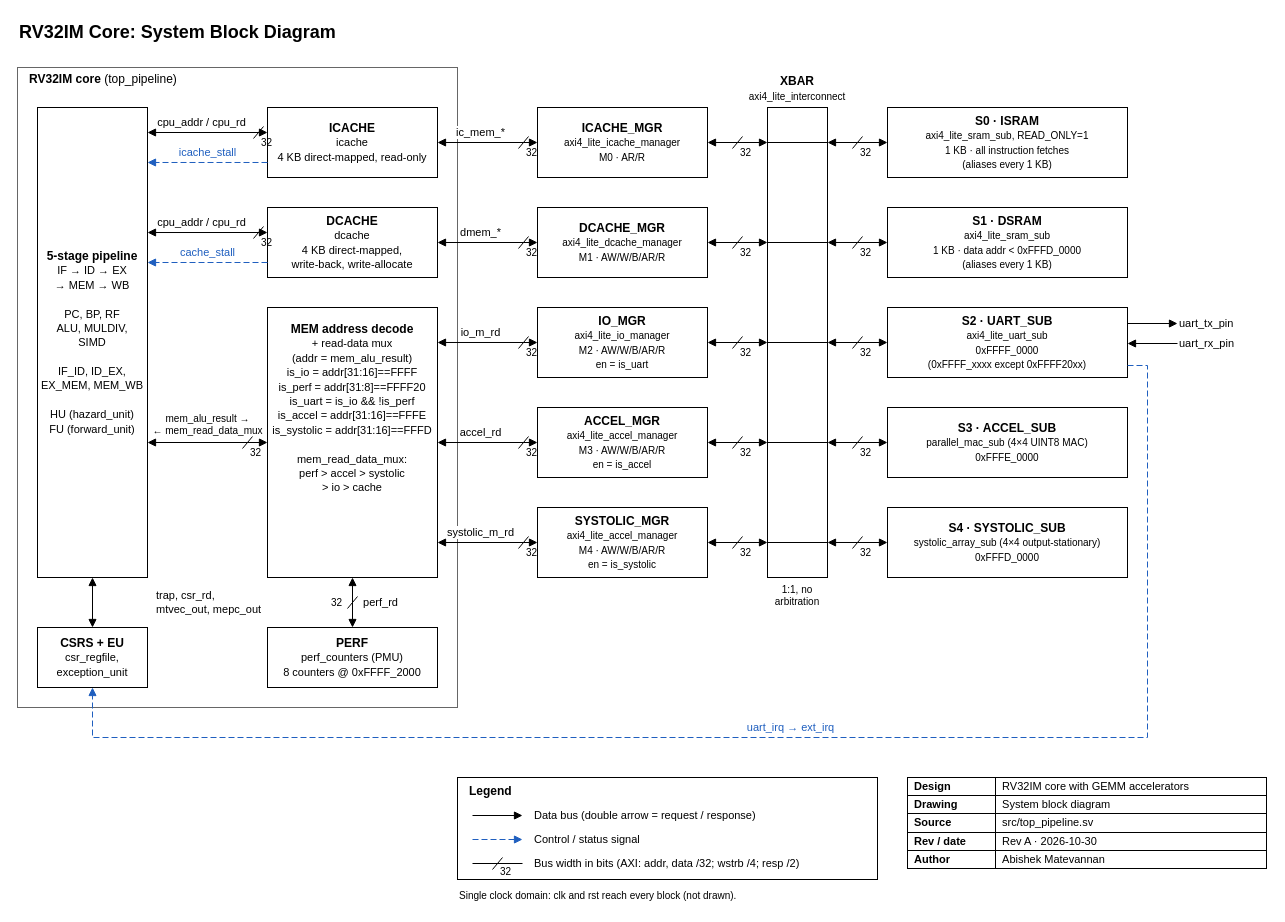
abishekmatevannan-afk/riscv-rv32im-gemm keeps this draw.io diagram as page "System" (1 of 2) of docs/diagrams/cpu.drawio. Above is the earlier version. Source tidied: cells renumbered, new cells numbered last; positions are measured from the earlier drawing's top-left corner, leaving out a move shared by most shapes. Both pictures are drawn from the tidied source at 100%, with x=0, y=0 at pixel (17, 17).
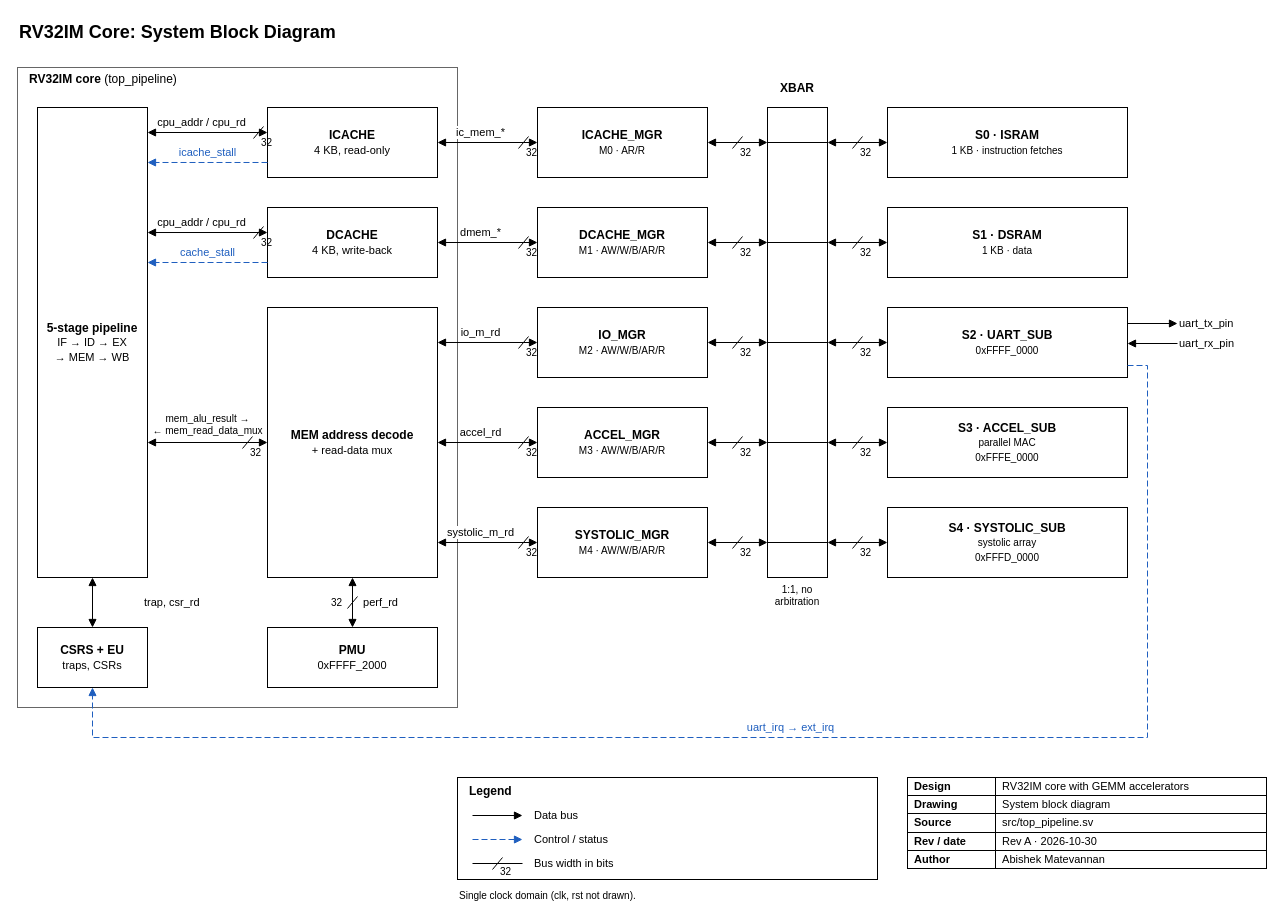
The same diagram, later.

What changed in the source:
```diff
@@
-    <mxCell id="5" value="&lt;b&gt;5-stage pipeline&lt;/b&gt;&lt;br&gt;&lt;font style=&quot;font-size:11px&quot;&gt;IF → ID → EX&lt;/font&gt;&lt;br&gt;&lt;font style=&quot;font-size:11px&quot;&gt;→ MEM → WB&lt;/font&gt;&lt;br&gt;&lt;font style=&quot;font-size:11px&quot;&gt;&lt;/font&gt;&lt;br&gt;&lt;font style=&quot;font-size:11px&quot;&gt;PC, BP, RF&lt;/font&gt;&lt;br&gt;&lt;font style=&quot;font-size:11px&quot;&gt;ALU, MULDIV,&lt;/font&gt;&lt;br&gt;&lt;font style=&quot;font-size:11px&quot;&gt;SIMD&lt;/font&gt;&lt;br&gt;&lt;font style=&quot;font-size:11px&quot;&gt;&lt;/font&gt;&lt;br&gt;&lt;font style=&quot;font-size:11px&quot;&gt;IF_ID, ID_EX,&lt;/font&gt;&lt;br&gt;&lt;font style=&quot;font-size:11px&quot;&gt;EX_MEM, MEM_WB&lt;/font&gt;&lt;br&gt;&lt;font style=&quot;font-size:11px&quot;&gt;&lt;/font&gt;&lt;br&gt;&lt;font style=&quot;font-size:11px&quot;&gt;HU (hazard_unit)&lt;/font&gt;&lt;br&gt;&lt;font style=&quot;font-size:11px&quot;&gt;FU (forward_unit)&lt;/font&gt;" style="rounded=0;whiteSpace=wrap;html=1;fillColor=#FFFFFF;strokeColor=#000000;fontColor=#000000;fontSize=12;fontFamily=Helvetica;" parent="1" vertex="1">
+    <mxCell id="5" value="&lt;b&gt;5-stage pipeline&lt;/b&gt;&lt;br&gt;&lt;font style=&quot;font-size:11px&quot;&gt;IF → ID → EX&lt;/font&gt;&lt;br&gt;&lt;font style=&quot;font-size:11px&quot;&gt;→ MEM → WB&lt;/font&gt;" style="rounded=0;whiteSpace=wrap;html=1;fillColor=#FFFFFF;strokeColor=#000000;fontColor=#000000;fontSize=12;fontFamily=Helvetica;" parent="1" vertex="1">
       <mxGeometry x="20" y="90" width="110" height="470" as="geometry" />
     </mxCell>
-    <mxCell id="6" value="&lt;b&gt;ICACHE&lt;/b&gt;&lt;br&gt;&lt;font style=&quot;font-size:11px&quot;&gt;icache&lt;/font&gt;&lt;br&gt;&lt;font style=&quot;font-size:11px&quot;&gt;4 KB direct-mapped, read-only&lt;/font&gt;" style="rounded=0;whiteSpace=wrap;html=1;fillColor=#FFFFFF;strokeColor=#000000;fontColor=#000000;fontSize=12;fontFamily=Helvetica;" parent="1" vertex="1">
+    <mxCell id="6" value="&lt;b&gt;ICACHE&lt;/b&gt;&lt;br&gt;&lt;font style=&quot;font-size:11px&quot;&gt;4 KB, read-only&lt;/font&gt;" style="rounded=0;whiteSpace=wrap;html=1;fillColor=#FFFFFF;strokeColor=#000000;fontColor=#000000;fontSize=12;fontFamily=Helvetica;" parent="1" vertex="1">
       <mxGeometry x="250" y="90" width="170" height="70" as="geometry" />
     </mxCell>
-    <mxCell id="7" value="&lt;b&gt;DCACHE&lt;/b&gt;&lt;br&gt;&lt;font style=&quot;font-size:11px&quot;&gt;dcache&lt;/font&gt;&lt;br&gt;&lt;font style=&quot;font-size:11px&quot;&gt;4 KB direct-mapped,&lt;/font&gt;&lt;br&gt;&lt;font style=&quot;font-size:11px&quot;&gt;write-back, write-allocate&lt;/font&gt;" style="rounded=0;whiteSpace=wrap;html=1;fillColor=#FFFFFF;strokeColor=#000000;fontColor=#000000;fontSize=12;fontFamily=Helvetica;" parent="1" vertex="1">
+    <mxCell id="7" value="&lt;b&gt;DCACHE&lt;/b&gt;&lt;br&gt;&lt;font style=&quot;font-size:11px&quot;&gt;4 KB, write-back&lt;/font&gt;" style="rounded=0;whiteSpace=wrap;html=1;fillColor=#FFFFFF;strokeColor=#000000;fontColor=#000000;fontSize=12;fontFamily=Helvetica;" parent="1" vertex="1">
       <mxGeometry x="250" y="190" width="170" height="70" as="geometry" />
     </mxCell>
-    <mxCell id="8" value="&lt;b&gt;MEM address decode&lt;/b&gt;&lt;br&gt;&lt;font style=&quot;font-size:11px&quot;&gt;+ read-data mux&lt;/font&gt;&lt;br&gt;&lt;font style=&quot;font-size:11px&quot;&gt;(addr = mem_alu_result)&lt;/font&gt;&lt;br&gt;&lt;font style=&quot;font-size:11px&quot;&gt;is_io = addr[31:16]==FFFF&lt;/font&gt;&lt;br&gt;&lt;font style=&quot;font-size:11px&quot;&gt;is_perf = addr[31:8]==FFFF20&lt;/font&gt;&lt;br&gt;&lt;font style=&quot;font-size:11px&quot;&gt;is_uart = is_io &amp;amp;&amp;amp; !is_perf&lt;/font&gt;&lt;br&gt;&lt;font style=&quot;font-size:11px&quot;&gt;is_accel = addr[31:16]==FFFE&lt;/font&gt;&lt;br&gt;&lt;font style=&quot;font-size:11px&quot;&gt;is_systolic = addr[31:16]==FFFD&lt;/font&gt;&lt;br&gt;&lt;font style=&quot;font-size:11px&quot;&gt;&lt;/font&gt;&lt;br&gt;&lt;font style=&quot;font-size:11px&quot;&gt;mem_read_data_mux:&lt;/font&gt;&lt;br&gt;&lt;font style=&quot;font-size:11px&quot;&gt;perf &amp;gt; accel &amp;gt; systolic&lt;/font&gt;&lt;br&gt;&lt;font style=&quot;font-size:11px&quot;&gt;&amp;gt; io &amp;gt; cache&lt;/font&gt;" style="rounded=0;whiteSpace=wrap;html=1;fillColor=#FFFFFF;strokeColor=#000000;fontColor=#000000;fontSize=12;fontFamily=Helvetica;verticalAlign=top;spacingTop=8;" parent="1" vertex="1">
+    <mxCell id="8" value="&lt;b&gt;MEM address decode&lt;/b&gt;&lt;br&gt;&lt;font style=&quot;font-size:11px&quot;&gt;+ read-data mux&lt;/font&gt;" style="rounded=0;whiteSpace=wrap;html=1;fillColor=#FFFFFF;strokeColor=#000000;fontColor=#000000;fontSize=12;fontFamily=Helvetica;" parent="1" vertex="1">
       <mxGeometry x="250" y="290" width="170" height="270" as="geometry" />
     </mxCell>
-    <mxCell id="9" value="&lt;b&gt;PERF&lt;/b&gt;&lt;br&gt;&lt;font style=&quot;font-size:11px&quot;&gt;perf_counters (PMU)&lt;/font&gt;&lt;br&gt;&lt;font style=&quot;font-size:11px&quot;&gt;8 counters @ 0xFFFF_2000&lt;/font&gt;" style="rounded=0;whiteSpace=wrap;html=1;fillColor=#FFFFFF;strokeColor=#000000;fontColor=#000000;fontSize=12;fontFamily=Helvetica;" parent="1" vertex="1">
+    <mxCell id="9" value="&lt;b&gt;PMU&lt;/b&gt;&lt;br&gt;&lt;font style=&quot;font-size:11px&quot;&gt;0xFFFF_2000&lt;/font&gt;" style="rounded=0;whiteSpace=wrap;html=1;fillColor=#FFFFFF;strokeColor=#000000;fontColor=#000000;fontSize=12;fontFamily=Helvetica;" parent="1" vertex="1">
       <mxGeometry x="250" y="610" width="170" height="60" as="geometry" />
     </mxCell>
-    <mxCell id="10" value="&lt;b&gt;CSRS + EU&lt;/b&gt;&lt;br&gt;&lt;font style=&quot;font-size:11px&quot;&gt;csr_regfile,&lt;/font&gt;&lt;br&gt;&lt;font style=&quot;font-size:11px&quot;&gt;exception_unit&lt;/font&gt;" style="rounded=0;whiteSpace=wrap;html=1;fillColor=#FFFFFF;strokeColor=#000000;fontColor=#000000;fontSize=12;fontFamily=Helvetica;" parent="1" vertex="1">
+    <mxCell id="10" value="&lt;b&gt;CSRS + EU&lt;/b&gt;&lt;br&gt;&lt;font style=&quot;font-size:11px&quot;&gt;traps, CSRs&lt;/font&gt;" style="rounded=0;whiteSpace=wrap;html=1;fillColor=#FFFFFF;strokeColor=#000000;fontColor=#000000;fontSize=12;fontFamily=Helvetica;" parent="1" vertex="1">
       <mxGeometry x="20" y="610" width="110" height="60" as="geometry" />
     </mxCell>
-    <mxCell id="11" value="&lt;b&gt;ICACHE_MGR&lt;/b&gt;&lt;br&gt;&lt;font style=&quot;font-size:10px&quot;&gt;axi4_lite_icache_manager&lt;/font&gt;&lt;br&gt;&lt;font style=&quot;font-size:10px&quot;&gt;M0 · AR/R&lt;/font&gt;" style="rounded=0;whiteSpace=wrap;html=1;fillColor=#FFFFFF;strokeColor=#000000;fontColor=#000000;fontSize=12;fontFamily=Helvetica;" parent="1" vertex="1">
+    <mxCell id="11" value="&lt;b&gt;ICACHE_MGR&lt;/b&gt;&lt;br&gt;&lt;font style=&quot;font-size:10px&quot;&gt;M0 · AR/R&lt;/font&gt;" style="rounded=0;whiteSpace=wrap;html=1;fillColor=#FFFFFF;strokeColor=#000000;fontColor=#000000;fontSize=12;fontFamily=Helvetica;" parent="1" vertex="1">
       <mxGeometry x="520" y="90" width="170" height="70" as="geometry" />
     </mxCell>
-    <mxCell id="12" value="&lt;b&gt;DCACHE_MGR&lt;/b&gt;&lt;br&gt;&lt;font style=&quot;font-size:10px&quot;&gt;axi4_lite_dcache_manager&lt;/font&gt;&lt;br&gt;&lt;font style=&quot;font-size:10px&quot;&gt;M1 · AW/W/B/AR/R&lt;/font&gt;" style="rounded=0;whiteSpace=wrap;html=1;fillColor=#FFFFFF;strokeColor=#000000;fontColor=#000000;fontSize=12;fontFamily=Helvetica;" parent="1" vertex="1">
+    <mxCell id="12" value="&lt;b&gt;DCACHE_MGR&lt;/b&gt;&lt;br&gt;&lt;font style=&quot;font-size:10px&quot;&gt;M1 · AW/W/B/AR/R&lt;/font&gt;" style="rounded=0;whiteSpace=wrap;html=1;fillColor=#FFFFFF;strokeColor=#000000;fontColor=#000000;fontSize=12;fontFamily=Helvetica;" parent="1" vertex="1">
       <mxGeometry x="520" y="190" width="170" height="70" as="geometry" />
     </mxCell>
-    <mxCell id="13" value="&lt;b&gt;IO_MGR&lt;/b&gt;&lt;br&gt;&lt;font style=&quot;font-size:10px&quot;&gt;axi4_lite_io_manager&lt;/font&gt;&lt;br&gt;&lt;font style=&quot;font-size:10px&quot;&gt;M2 · AW/W/B/AR/R&lt;/font&gt;&lt;br&gt;&lt;font style=&quot;font-size:10px&quot;&gt;en = is_uart&lt;/font&gt;" style="rounded=0;whiteSpace=wrap;html=1;fillColor=#FFFFFF;strokeColor=#000000;fontColor=#000000;fontSize=12;fontFamily=Helvetica;" parent="1" vertex="1">
+    <mxCell id="13" value="&lt;b&gt;IO_MGR&lt;/b&gt;&lt;br&gt;&lt;font style=&quot;font-size:10px&quot;&gt;M2 · AW/W/B/AR/R&lt;/font&gt;" style="rounded=0;whiteSpace=wrap;html=1;fillColor=#FFFFFF;strokeColor=#000000;fontColor=#000000;fontSize=12;fontFamily=Helvetica;" parent="1" vertex="1">
       <mxGeometry x="520" y="290" width="170" height="70" as="geometry" />
     </mxCell>
-    <mxCell id="14" value="&lt;b&gt;ACCEL_MGR&lt;/b&gt;&lt;br&gt;&lt;font style=&quot;font-size:10px&quot;&gt;axi4_lite_accel_manager&lt;/font&gt;&lt;br&gt;&lt;font style=&quot;font-size:10px&quot;&gt;M3 · AW/W/B/AR/R&lt;/font&gt;&lt;br&gt;&lt;font style=&quot;font-size:10px&quot;&gt;en = is_accel&lt;/font&gt;" style="rounded=0;whiteSpace=wrap;html=1;fillColor=#FFFFFF;strokeColor=#000000;fontColor=#000000;fontSize=12;fontFamily=Helvetica;" parent="1" vertex="1">
+    <mxCell id="14" value="&lt;b&gt;ACCEL_MGR&lt;/b&gt;&lt;br&gt;&lt;font style=&quot;font-size:10px&quot;&gt;M3 · AW/W/B/AR/R&lt;/font&gt;" style="rounded=0;whiteSpace=wrap;html=1;fillColor=#FFFFFF;strokeColor=#000000;fontColor=#000000;fontSize=12;fontFamily=Helvetica;" parent="1" vertex="1">
       <mxGeometry x="520" y="390" width="170" height="70" as="geometry" />
     </mxCell>
-    <mxCell id="15" value="&lt;b&gt;SYSTOLIC_MGR&lt;/b&gt;&lt;br&gt;&lt;font style=&quot;font-size:10px&quot;&gt;axi4_lite_accel_manager&lt;/font&gt;&lt;br&gt;&lt;font style=&quot;font-size:10px&quot;&gt;M4 · AW/W/B/AR/R&lt;/font&gt;&lt;br&gt;&lt;font style=&quot;font-size:10px&quot;&gt;en = is_systolic&lt;/font&gt;" style="rounded=0;whiteSpace=wrap;html=1;fillColor=#FFFFFF;strokeColor=#000000;fontColor=#000000;fontSize=12;fontFamily=Helvetica;" parent="1" vertex="1">
+    <mxCell id="15" value="&lt;b&gt;SYSTOLIC_MGR&lt;/b&gt;&lt;br&gt;&lt;font style=&quot;font-size:10px&quot;&gt;M4 · AW/W/B/AR/R&lt;/font&gt;" style="rounded=0;whiteSpace=wrap;html=1;fillColor=#FFFFFF;strokeColor=#000000;fontColor=#000000;fontSize=12;fontFamily=Helvetica;" parent="1" vertex="1">
       <mxGeometry x="520" y="490" width="170" height="70" as="geometry" />
     </mxCell>
@@
-    <mxCell id="17" value="&lt;b&gt;XBAR&lt;/b&gt;&lt;br&gt;&lt;font style=&quot;font-size:10px&quot;&gt;axi4_lite_interconnect&lt;/font&gt;" style="rounded=0;whiteSpace=wrap;html=1;fillColor=#FFFFFF;strokeColor=#000000;fontColor=#000000;fontSize=12;fontFamily=Helvetica;text;html=1;strokeColor=none;fillColor=none;whiteSpace=wrap;align=center;verticalAlign=middle;fontColor=#000000;fontSize=11;fontFamily=Helvetica;fontSize=12;" parent="1" vertex="1">
+    <mxCell id="17" value="&lt;b&gt;XBAR&lt;/b&gt;" style="rounded=0;whiteSpace=wrap;html=1;fillColor=#FFFFFF;strokeColor=#000000;fontColor=#000000;fontSize=12;fontFamily=Helvetica;text;html=1;strokeColor=none;fillColor=none;whiteSpace=wrap;align=center;verticalAlign=middle;fontColor=#000000;fontSize=11;fontFamily=Helvetica;fontSize=12;" parent="1" vertex="1">
       <mxGeometry x="710" y="56" width="140" height="30" as="geometry" />
     </mxCell>
@@
-    <mxCell id="24" value="&lt;b&gt;S0 · ISRAM&lt;/b&gt;&lt;br&gt;&lt;font style=&quot;font-size:10px&quot;&gt;axi4_lite_sram_sub, READ_ONLY=1&lt;/font&gt;&lt;br&gt;&lt;font style=&quot;font-size:10px&quot;&gt;1 KB · all instruction fetches&lt;/font&gt;&lt;br&gt;&lt;font style=&quot;font-size:10px&quot;&gt;(aliases every 1 KB)&lt;/font&gt;" style="rounded=0;whiteSpace=wrap;html=1;fillColor=#FFFFFF;strokeColor=#000000;fontColor=#000000;fontSize=12;fontFamily=Helvetica;" parent="1" vertex="1">
+    <mxCell id="24" value="&lt;b&gt;S0 · ISRAM&lt;/b&gt;&lt;br&gt;&lt;font style=&quot;font-size:10px&quot;&gt;1 KB · instruction fetches&lt;/font&gt;" style="rounded=0;whiteSpace=wrap;html=1;fillColor=#FFFFFF;strokeColor=#000000;fontColor=#000000;fontSize=12;fontFamily=Helvetica;" parent="1" vertex="1">
       <mxGeometry x="870" y="90" width="240" height="70" as="geometry" />
     </mxCell>
-    <mxCell id="25" value="&lt;b&gt;S1 · DSRAM&lt;/b&gt;&lt;br&gt;&lt;font style=&quot;font-size:10px&quot;&gt;axi4_lite_sram_sub&lt;/font&gt;&lt;br&gt;&lt;font style=&quot;font-size:10px&quot;&gt;1 KB · data addr &amp;lt; 0xFFFD_0000&lt;/font&gt;&lt;br&gt;&lt;font style=&quot;font-size:10px&quot;&gt;(aliases every 1 KB)&lt;/font&gt;" style="rounded=0;whiteSpace=wrap;html=1;fillColor=#FFFFFF;strokeColor=#000000;fontColor=#000000;fontSize=12;fontFamily=Helvetica;" parent="1" vertex="1">
+    <mxCell id="25" value="&lt;b&gt;S1 · DSRAM&lt;/b&gt;&lt;br&gt;&lt;font style=&quot;font-size:10px&quot;&gt;1 KB · data&lt;/font&gt;" style="rounded=0;whiteSpace=wrap;html=1;fillColor=#FFFFFF;strokeColor=#000000;fontColor=#000000;fontSize=12;fontFamily=Helvetica;" parent="1" vertex="1">
       <mxGeometry x="870" y="190" width="240" height="70" as="geometry" />
     </mxCell>
-    <mxCell id="26" value="&lt;b&gt;S2 · UART_SUB&lt;/b&gt;&lt;br&gt;&lt;font style=&quot;font-size:10px&quot;&gt;axi4_lite_uart_sub&lt;/font&gt;&lt;br&gt;&lt;font style=&quot;font-size:10px&quot;&gt;0xFFFF_0000&lt;/font&gt;&lt;br&gt;&lt;font style=&quot;font-size:10px&quot;&gt;(0xFFFF_xxxx except 0xFFFF20xx)&lt;/font&gt;" style="rounded=0;whiteSpace=wrap;html=1;fillColor=#FFFFFF;strokeColor=#000000;fontColor=#000000;fontSize=12;fontFamily=Helvetica;" parent="1" vertex="1">
+    <mxCell id="26" value="&lt;b&gt;S2 · UART_SUB&lt;/b&gt;&lt;br&gt;&lt;font style=&quot;font-size:10px&quot;&gt;0xFFFF_0000&lt;/font&gt;" style="rounded=0;whiteSpace=wrap;html=1;fillColor=#FFFFFF;strokeColor=#000000;fontColor=#000000;fontSize=12;fontFamily=Helvetica;" parent="1" vertex="1">
       <mxGeometry x="870" y="290" width="240" height="70" as="geometry" />
     </mxCell>
-    <mxCell id="27" value="&lt;b&gt;S3 · ACCEL_SUB&lt;/b&gt;&lt;br&gt;&lt;font style=&quot;font-size:10px&quot;&gt;parallel_mac_sub (4×4 UINT8 MAC)&lt;/font&gt;&lt;br&gt;&lt;font style=&quot;font-size:10px&quot;&gt;0xFFFE_0000&lt;/font&gt;" style="rounded=0;whiteSpace=wrap;html=1;fillColor=#FFFFFF;strokeColor=#000000;fontColor=#000000;fontSize=12;fontFamily=Helvetica;" parent="1" vertex="1">
+    <mxCell id="27" value="&lt;b&gt;S3 · ACCEL_SUB&lt;/b&gt;&lt;br&gt;&lt;font style=&quot;font-size:10px&quot;&gt;parallel MAC&lt;/font&gt;&lt;br&gt;&lt;font style=&quot;font-size:10px&quot;&gt;0xFFFE_0000&lt;/font&gt;" style="rounded=0;whiteSpace=wrap;html=1;fillColor=#FFFFFF;strokeColor=#000000;fontColor=#000000;fontSize=12;fontFamily=Helvetica;" parent="1" vertex="1">
       <mxGeometry x="870" y="390" width="240" height="70" as="geometry" />
     </mxCell>
-    <mxCell id="28" value="&lt;b&gt;S4 · SYSTOLIC_SUB&lt;/b&gt;&lt;br&gt;&lt;font style=&quot;font-size:10px&quot;&gt;systolic_array_sub (4×4 output-stationary)&lt;/font&gt;&lt;br&gt;&lt;font style=&quot;font-size:10px&quot;&gt;0xFFFD_0000&lt;/font&gt;" style="rounded=0;whiteSpace=wrap;html=1;fillColor=#FFFFFF;strokeColor=#000000;fontColor=#000000;fontSize=12;fontFamily=Helvetica;" parent="1" vertex="1">
+    <mxCell id="28" value="&lt;b&gt;S4 · SYSTOLIC_SUB&lt;/b&gt;&lt;br&gt;&lt;font style=&quot;font-size:10px&quot;&gt;systolic array&lt;/font&gt;&lt;br&gt;&lt;font style=&quot;font-size:10px&quot;&gt;0xFFFD_0000&lt;/font&gt;" style="rounded=0;whiteSpace=wrap;html=1;fillColor=#FFFFFF;strokeColor=#000000;fontColor=#000000;fontSize=12;fontFamily=Helvetica;" parent="1" vertex="1">
       <mxGeometry x="870" y="490" width="240" height="70" as="geometry" />
     </mxCell>
@@
-    <mxCell id="43" value="trap, csr_rd,&lt;br&gt;mtvec_out, mepc_out" style="edgeStyle=orthogonalEdgeStyle;rounded=0;html=1;strokeColor=#000000;fontColor=#000000;fontSize=11;fontFamily=Helvetica;endArrow=block;endFill=1;endSize=6;labelBackgroundColor=#FFFFFF;jumpStyle=arc;jumpSize=8;startArrow=block;startFill=1;startSize=6;align=left;" parent="1" edge="1" source="5" target="10">
+    <mxCell id="43" value="trap, csr_rd" style="edgeStyle=orthogonalEdgeStyle;rounded=0;html=1;strokeColor=#000000;fontColor=#000000;fontSize=11;fontFamily=Helvetica;endArrow=block;endFill=1;endSize=6;labelBackgroundColor=#FFFFFF;jumpStyle=arc;jumpSize=8;startArrow=block;startFill=1;startSize=6;align=left;" parent="1" edge="1" source="5" target="10">
       <mxGeometry relative="1" as="geometry">
-        <mxPoint x="62" as="offset" />
+        <mxPoint x="50" as="offset" />
       </mxGeometry>
     </mxCell>
@@
-    <mxCell id="97" value="Data bus (double arrow = request / response)" style="rounded=0;whiteSpace=wrap;html=1;fillColor=#FFFFFF;strokeColor=#000000;fontColor=#000000;fontSize=12;fontFamily=Helvetica;text;html=1;strokeColor=none;fillColor=none;whiteSpace=wrap;align=center;verticalAlign=middle;fontColor=#000000;fontSize=11;fontFamily=Helvetica;align=left;fontSize=11;" parent="1" vertex="1">
+    <mxCell id="97" value="Data bus" style="rounded=0;whiteSpace=wrap;html=1;fillColor=#FFFFFF;strokeColor=#000000;fontColor=#000000;fontSize=12;fontFamily=Helvetica;text;html=1;strokeColor=none;fillColor=none;whiteSpace=wrap;align=center;verticalAlign=middle;fontColor=#000000;fontSize=11;fontFamily=Helvetica;align=left;fontSize=11;" parent="1" vertex="1">
       <mxGeometry x="515" y="788" width="335" height="20" as="geometry" />
     </mxCell>
@@
-    <mxCell id="99" value="Control / status signal" style="rounded=0;whiteSpace=wrap;html=1;fillColor=#FFFFFF;strokeColor=#000000;fontColor=#000000;fontSize=12;fontFamily=Helvetica;text;html=1;strokeColor=none;fillColor=none;whiteSpace=wrap;align=center;verticalAlign=middle;fontColor=#000000;fontSize=11;fontFamily=Helvetica;align=left;fontSize=11;" parent="1" vertex="1">
+    <mxCell id="99" value="Control / status" style="rounded=0;whiteSpace=wrap;html=1;fillColor=#FFFFFF;strokeColor=#000000;fontColor=#000000;fontSize=12;fontFamily=Helvetica;text;html=1;strokeColor=none;fillColor=none;whiteSpace=wrap;align=center;verticalAlign=middle;fontColor=#000000;fontSize=11;fontFamily=Helvetica;align=left;fontSize=11;" parent="1" vertex="1">
       <mxGeometry x="515" y="812" width="335" height="20" as="geometry" />
     </mxCell>
@@
-    <mxCell id="103" value="Bus width in bits (AXI: addr, data /32; wstrb /4; resp /2)" style="rounded=0;whiteSpace=wrap;html=1;fillColor=#FFFFFF;strokeColor=#000000;fontColor=#000000;fontSize=12;fontFamily=Helvetica;text;html=1;strokeColor=none;fillColor=none;whiteSpace=wrap;align=center;verticalAlign=middle;fontColor=#000000;fontSize=11;fontFamily=Helvetica;align=left;fontSize=11;" parent="1" vertex="1">
+    <mxCell id="103" value="Bus width in bits" style="rounded=0;whiteSpace=wrap;html=1;fillColor=#FFFFFF;strokeColor=#000000;fontColor=#000000;fontSize=12;fontFamily=Helvetica;text;html=1;strokeColor=none;fillColor=none;whiteSpace=wrap;align=center;verticalAlign=middle;fontColor=#000000;fontSize=11;fontFamily=Helvetica;align=left;fontSize=11;" parent="1" vertex="1">
       <mxGeometry x="515" y="836" width="335" height="20" as="geometry" />
     </mxCell>
-    <mxCell id="104" value="Single clock domain: clk and rst reach every block (not drawn)." style="rounded=0;whiteSpace=wrap;html=1;fillColor=#FFFFFF;strokeColor=#000000;fontColor=#000000;fontSize=12;fontFamily=Helvetica;text;html=1;strokeColor=none;fillColor=none;whiteSpace=wrap;align=center;verticalAlign=middle;fontColor=#000000;fontSize=11;fontFamily=Helvetica;align=left;fontSize=10;" parent="1" vertex="1">
+    <mxCell id="104" value="Single clock domain (clk, rst not drawn)." style="rounded=0;whiteSpace=wrap;html=1;fillColor=#FFFFFF;strokeColor=#000000;fontColor=#000000;fontSize=12;fontFamily=Helvetica;text;html=1;strokeColor=none;fillColor=none;whiteSpace=wrap;align=center;verticalAlign=middle;fontColor=#000000;fontSize=11;fontFamily=Helvetica;align=left;fontSize=10;" parent="1" vertex="1">
       <mxGeometry x="440" y="868" width="420" height="20" as="geometry" />
     </mxCell>
```
